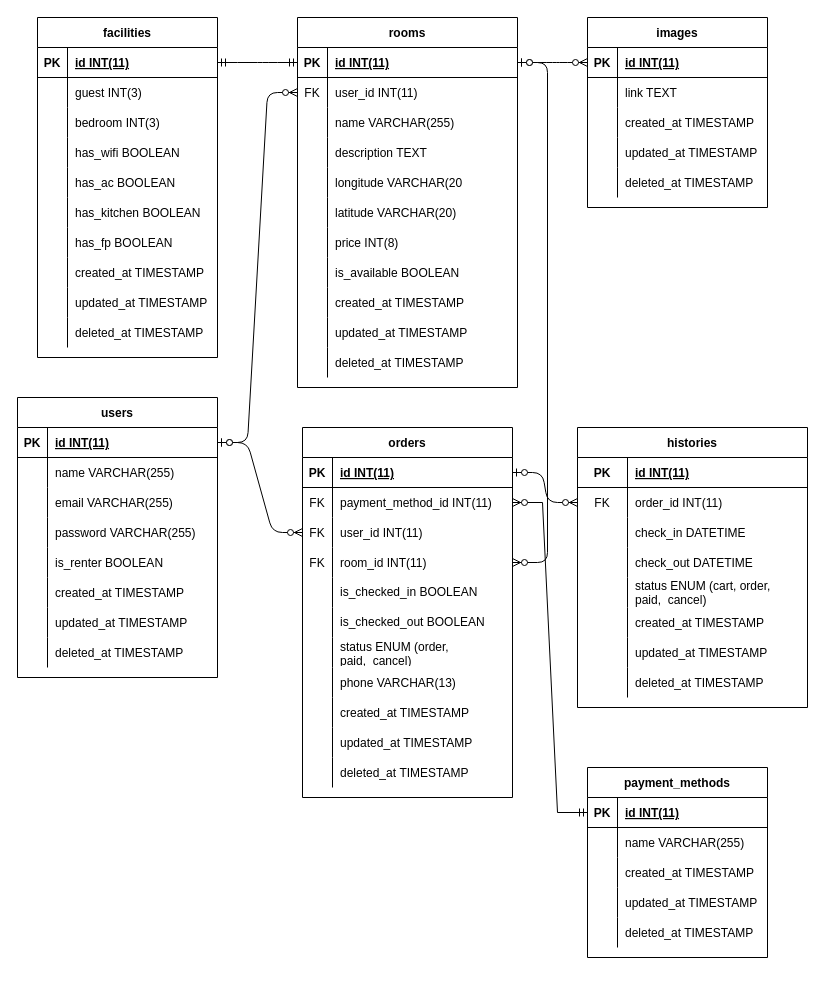
Before: ERD/erd.drawio in airbnb-group-2/BE, a draw.io diagram. Source tidied: cells renumbered, new cells numbered last; positions are measured from the earlier drawing's top-left corner, leaving out a move shared by most shapes. Both pictures are drawn from the tidied source at 100%, with x=0, y=0 at pixel (17, 17).
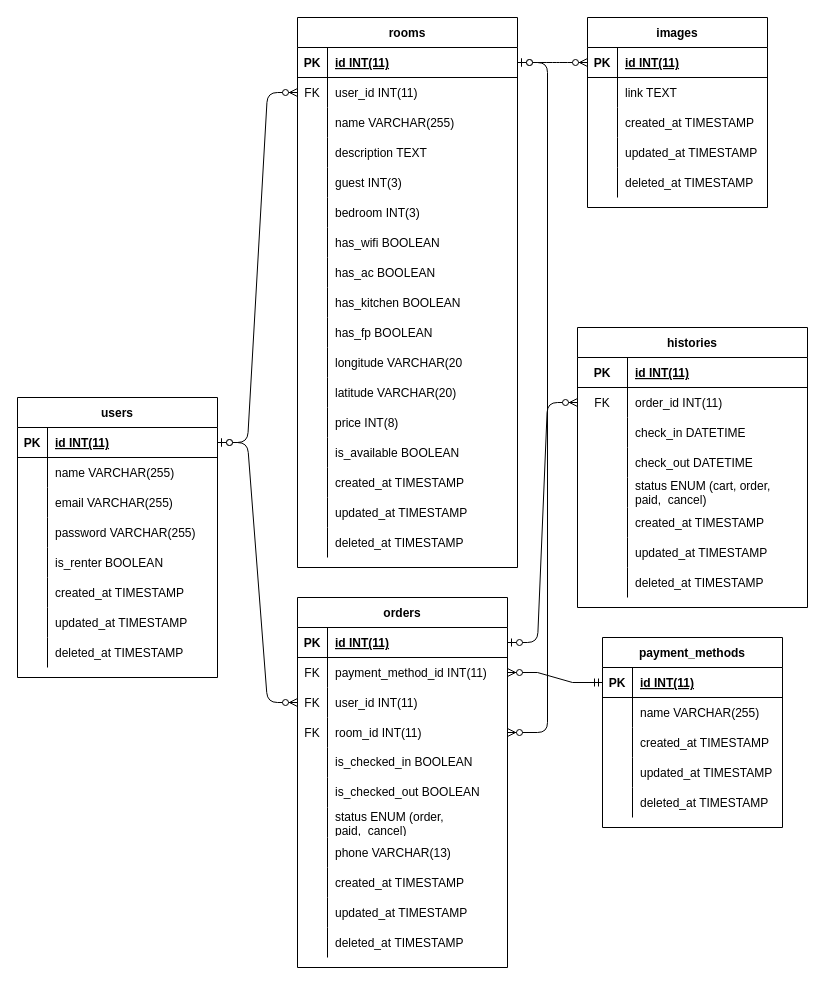
Above is the later version.

Commit message:
merge facilites to room table

The change refers to these unchanged cells:
```xml
<mxCell id="28" style="shape=tableRow;horizontal=0;startSize=0;swimlaneHead=0;swimlaneBody=0;fillColor=none;points=[[0,0.5],[1,0.5]];portConstraint=eastwest;top=0;left=0;right=0;bottom=1;" parent="27" vertex="1">
  <mxGeometry y="30" width="220" height="30" as="geometry" />
</mxCell>
```

The edit, as a diff of the source:
```diff
@@
     <mxCell id="27" value="rooms" style="shape=table;startSize=30;childLayout=tableLayout;rowLines=0;fontStyle=1;align=center;" parent="1" vertex="1">
-      <mxGeometry x="280" width="220" height="370" as="geometry" />
+      <mxGeometry x="280" width="220" height="550" as="geometry" />
     </mxCell>
@@
+    <mxCell id="190" style="shape=tableRow;horizontal=0;startSize=0;swimlaneHead=0;swimlaneBody=0;fillColor=none;top=0;left=0;right=0;bottom=0;" parent="27" vertex="1">
+      <mxGeometry y="150" width="220" height="30" as="geometry" />
+    </mxCell>
+    <mxCell id="191" style="shape=partialRectangle;fillColor=none;top=0;left=0;bottom=0;right=0;overflow=hidden;" parent="190" vertex="1">
+      <mxGeometry width="30" height="30" as="geometry" />
+    </mxCell>
+    <mxCell id="109" value="guest INT(3)" style="shape=partialRectangle;fillColor=none;top=0;left=0;bottom=0;right=0;align=left;spacingLeft=6;overflow=hidden;" parent="190" vertex="1">
+      <mxGeometry x="30" width="190" height="30" as="geometry" />
+    </mxCell>
+    <mxCell id="192" style="shape=tableRow;horizontal=0;startSize=0;swimlaneHead=0;swimlaneBody=0;fillColor=none;top=0;left=0;right=0;bottom=0;" parent="27" vertex="1">
+      <mxGeometry y="180" width="220" height="30" as="geometry" />
+    </mxCell>
+    <mxCell id="193" style="shape=partialRectangle;fillColor=none;top=0;left=0;bottom=0;right=0;overflow=hidden;" parent="192" vertex="1">
+      <mxGeometry width="30" height="30" as="geometry" />
+    </mxCell>
+    <mxCell id="112" value="bedroom INT(3)" style="shape=partialRectangle;fillColor=none;top=0;left=0;bottom=0;right=0;align=left;spacingLeft=6;overflow=hidden;" parent="192" vertex="1">
+      <mxGeometry x="30" width="190" height="30" as="geometry" />
+    </mxCell>
+    <mxCell id="194" style="shape=tableRow;horizontal=0;startSize=0;swimlaneHead=0;swimlaneBody=0;fillColor=none;top=0;left=0;right=0;bottom=0;" parent="27" vertex="1">
+      <mxGeometry y="210" width="220" height="30" as="geometry" />
+    </mxCell>
+    <mxCell id="195" style="shape=partialRectangle;fillColor=none;top=0;left=0;bottom=0;right=0;overflow=hidden;" parent="194" vertex="1">
+      <mxGeometry width="30" height="30" as="geometry" />
+    </mxCell>
+    <mxCell id="115" value="has_wifi BOOLEAN" style="shape=partialRectangle;fillColor=none;top=0;left=0;bottom=0;right=0;align=left;spacingLeft=6;overflow=hidden;" parent="194" vertex="1">
+      <mxGeometry x="30" width="190" height="30" as="geometry" />
+    </mxCell>
+    <mxCell id="196" style="shape=tableRow;horizontal=0;startSize=0;swimlaneHead=0;swimlaneBody=0;fillColor=none;top=0;left=0;right=0;bottom=0;" parent="27" vertex="1">
+      <mxGeometry y="240" width="220" height="30" as="geometry" />
+    </mxCell>
+    <mxCell id="197" style="shape=partialRectangle;fillColor=none;top=0;left=0;bottom=0;right=0;overflow=hidden;" parent="196" vertex="1">
+      <mxGeometry width="30" height="30" as="geometry" />
+    </mxCell>
+    <mxCell id="118" value="has_ac BOOLEAN" style="shape=partialRectangle;fillColor=none;top=0;left=0;bottom=0;right=0;align=left;spacingLeft=6;overflow=hidden;" parent="196" vertex="1">
+      <mxGeometry x="30" width="190" height="30" as="geometry" />
+    </mxCell>
+    <mxCell id="198" style="shape=tableRow;horizontal=0;startSize=0;swimlaneHead=0;swimlaneBody=0;fillColor=none;top=0;left=0;right=0;bottom=0;" parent="27" vertex="1">
+      <mxGeometry y="270" width="220" height="30" as="geometry" />
+    </mxCell>
+    <mxCell id="199" style="shape=partialRectangle;fillColor=none;top=0;left=0;bottom=0;right=0;overflow=hidden;" parent="198" vertex="1">
+      <mxGeometry width="30" height="30" as="geometry" />
+    </mxCell>
+    <mxCell id="121" value="has_kitchen BOOLEAN" style="shape=partialRectangle;fillColor=none;top=0;left=0;bottom=0;right=0;align=left;spacingLeft=6;overflow=hidden;" parent="198" vertex="1">
+      <mxGeometry x="30" width="190" height="30" as="geometry" />
+    </mxCell>
+    <mxCell id="200" style="shape=tableRow;horizontal=0;startSize=0;swimlaneHead=0;swimlaneBody=0;fillColor=none;top=0;left=0;right=0;bottom=0;" parent="27" vertex="1">
+      <mxGeometry y="300" width="220" height="30" as="geometry" />
+    </mxCell>
+    <mxCell id="201" style="shape=partialRectangle;fillColor=none;top=0;left=0;bottom=0;right=0;overflow=hidden;" parent="200" vertex="1">
+      <mxGeometry width="30" height="30" as="geometry" />
+    </mxCell>
+    <mxCell id="124" value="has_fp BOOLEAN" style="shape=partialRectangle;fillColor=none;top=0;left=0;bottom=0;right=0;align=left;spacingLeft=6;overflow=hidden;" parent="200" vertex="1">
+      <mxGeometry x="30" width="190" height="30" as="geometry" />
+    </mxCell>
     <mxCell id="40" style="shape=tableRow;horizontal=0;startSize=0;swimlaneHead=0;swimlaneBody=0;fillColor=none;top=0;left=0;right=0;bottom=0;" parent="27" vertex="1">
-      <mxGeometry y="150" width="220" height="30" as="geometry" />
+      <mxGeometry y="330" width="220" height="30" as="geometry" />
     </mxCell>
@@
     <mxCell id="43" style="shape=tableRow;horizontal=0;startSize=0;swimlaneHead=0;swimlaneBody=0;fillColor=none;top=0;left=0;right=0;bottom=0;" parent="27" vertex="1">
-      <mxGeometry y="180" width="220" height="30" as="geometry" />
+      <mxGeometry y="360" width="220" height="30" as="geometry" />
     </mxCell>
@@
     <mxCell id="46" style="shape=tableRow;horizontal=0;startSize=0;swimlaneHead=0;swimlaneBody=0;fillColor=none;top=0;left=0;right=0;bottom=0;" parent="27" vertex="1">
-      <mxGeometry y="210" width="220" height="30" as="geometry" />
+      <mxGeometry y="390" width="220" height="30" as="geometry" />
     </mxCell>
@@
     <mxCell id="49" style="shape=tableRow;horizontal=0;startSize=0;swimlaneHead=0;swimlaneBody=0;fillColor=none;top=0;left=0;right=0;bottom=0;" parent="27" vertex="1">
-      <mxGeometry y="240" width="220" height="30" as="geometry" />
+      <mxGeometry y="420" width="220" height="30" as="geometry" />
     </mxCell>
@@
     <mxCell id="52" style="shape=tableRow;horizontal=0;startSize=0;swimlaneHead=0;swimlaneBody=0;fillColor=none;top=0;left=0;right=0;bottom=0;" parent="27" vertex="1">
-      <mxGeometry y="270" width="220" height="30" as="geometry" />
+      <mxGeometry y="450" width="220" height="30" as="geometry" />
     </mxCell>
@@
     <mxCell id="55" style="shape=tableRow;horizontal=0;startSize=0;swimlaneHead=0;swimlaneBody=0;fillColor=none;top=0;left=0;right=0;bottom=0;" parent="27" vertex="1">
-      <mxGeometry y="300" width="220" height="30" as="geometry" />
+      <mxGeometry y="480" width="220" height="30" as="geometry" />
     </mxCell>
@@
     <mxCell id="58" style="shape=tableRow;horizontal=0;startSize=0;swimlaneHead=0;swimlaneBody=0;fillColor=none;top=0;left=0;right=0;bottom=0;" parent="27" vertex="1">
-      <mxGeometry y="330" width="220" height="30" as="geometry" />
+      <mxGeometry y="510" width="220" height="30" as="geometry" />
     </mxCell>
@@
     <mxCell id="61" value="payment_methods" style="shape=table;startSize=30;childLayout=tableLayout;rowLines=0;fontStyle=1;align=center;" parent="1" vertex="1">
-      <mxGeometry x="570" y="750" width="180" height="190" as="geometry" />
+      <mxGeometry x="585" y="620" width="180" height="190" as="geometry" />
     </mxCell>
@@
     <mxCell id="77" value="histories" style="shape=table;startSize=30;childLayout=tableLayout;rowLines=0;fontStyle=1;align=center;" parent="1" vertex="1">
-      <mxGeometry x="560" y="410" width="230" height="280" as="geometry" />
+      <mxGeometry x="560" y="310" width="230" height="280" as="geometry" />
     </mxCell>
@@
-    <mxCell id="103" value="facilities" style="shape=table;startSize=30;childLayout=tableLayout;rowLines=0;fontStyle=1;align=center;" parent="1" vertex="1">
-      <mxGeometry x="20" width="180" height="340" as="geometry" />
-    </mxCell>
-    <mxCell id="104" style="shape=tableRow;horizontal=0;startSize=0;swimlaneHead=0;swimlaneBody=0;fillColor=none;points=[[0,0.5],[1,0.5]];portConstraint=eastwest;top=0;left=0;right=0;bottom=1;" parent="103" vertex="1">
-      <mxGeometry y="30" width="180" height="30" as="geometry" />
-    </mxCell>
-    <mxCell id="105" value="PK" style="shape=partialRectangle;fillColor=none;top=0;left=0;bottom=0;right=0;fontStyle=1;overflow=hidden;" parent="104" vertex="1">
-      <mxGeometry width="30" height="30" as="geometry" />
-    </mxCell>
-    <mxCell id="106" value="id INT(11)" style="shape=partialRectangle;fillColor=none;top=0;left=0;bottom=0;right=0;align=left;spacingLeft=6;fontStyle=5;overflow=hidden;" parent="104" vertex="1">
-      <mxGeometry x="30" width="150" height="30" as="geometry" />
-    </mxCell>
-    <mxCell id="107" style="shape=tableRow;horizontal=0;startSize=0;swimlaneHead=0;swimlaneBody=0;fillColor=none;top=0;left=0;right=0;bottom=0;" parent="103" vertex="1">
-      <mxGeometry y="60" width="180" height="30" as="geometry" />
-    </mxCell>
-    <mxCell id="108" style="shape=partialRectangle;fillColor=none;top=0;left=0;bottom=0;right=0;overflow=hidden;" parent="107" vertex="1">
-      <mxGeometry width="30" height="30" as="geometry" />
-    </mxCell>
-    <mxCell id="109" value="guest INT(3)" style="shape=partialRectangle;fillColor=none;top=0;left=0;bottom=0;right=0;align=left;spacingLeft=6;overflow=hidden;" parent="107" vertex="1">
-      <mxGeometry x="30" width="150" height="30" as="geometry" />
-    </mxCell>
-    <mxCell id="110" style="shape=tableRow;horizontal=0;startSize=0;swimlaneHead=0;swimlaneBody=0;fillColor=none;top=0;left=0;right=0;bottom=0;" parent="103" vertex="1">
-      <mxGeometry y="90" width="180" height="30" as="geometry" />
-    </mxCell>
-    <mxCell id="111" style="shape=partialRectangle;fillColor=none;top=0;left=0;bottom=0;right=0;overflow=hidden;" parent="110" vertex="1">
-      <mxGeometry width="30" height="30" as="geometry" />
-    </mxCell>
-    <mxCell id="112" value="bedroom INT(3)" style="shape=partialRectangle;fillColor=none;top=0;left=0;bottom=0;right=0;align=left;spacingLeft=6;overflow=hidden;" parent="110" vertex="1">
-      <mxGeometry x="30" width="150" height="30" as="geometry" />
-    </mxCell>
-    <mxCell id="113" style="shape=tableRow;horizontal=0;startSize=0;swimlaneHead=0;swimlaneBody=0;fillColor=none;top=0;left=0;right=0;bottom=0;" parent="103" vertex="1">
-      <mxGeometry y="120" width="180" height="30" as="geometry" />
-    </mxCell>
-    <mxCell id="114" style="shape=partialRectangle;fillColor=none;top=0;left=0;bottom=0;right=0;overflow=hidden;" parent="113" vertex="1">
-      <mxGeometry width="30" height="30" as="geometry" />
-    </mxCell>
-    <mxCell id="115" value="has_wifi BOOLEAN" style="shape=partialRectangle;fillColor=none;top=0;left=0;bottom=0;right=0;align=left;spacingLeft=6;overflow=hidden;" parent="113" vertex="1">
-      <mxGeometry x="30" width="150" height="30" as="geometry" />
-    </mxCell>
-    <mxCell id="116" style="shape=tableRow;horizontal=0;startSize=0;swimlaneHead=0;swimlaneBody=0;fillColor=none;top=0;left=0;right=0;bottom=0;" parent="103" vertex="1">
-      <mxGeometry y="150" width="180" height="30" as="geometry" />
-    </mxCell>
-    <mxCell id="117" style="shape=partialRectangle;fillColor=none;top=0;left=0;bottom=0;right=0;overflow=hidden;" parent="116" vertex="1">
-      <mxGeometry width="30" height="30" as="geometry" />
-    </mxCell>
-    <mxCell id="118" value="has_ac BOOLEAN" style="shape=partialRectangle;fillColor=none;top=0;left=0;bottom=0;right=0;align=left;spacingLeft=6;overflow=hidden;" parent="116" vertex="1">
-      <mxGeometry x="30" width="150" height="30" as="geometry" />
-    </mxCell>
-    <mxCell id="119" style="shape=tableRow;horizontal=0;startSize=0;swimlaneHead=0;swimlaneBody=0;fillColor=none;top=0;left=0;right=0;bottom=0;" parent="103" vertex="1">
-      <mxGeometry y="180" width="180" height="30" as="geometry" />
-    </mxCell>
-    <mxCell id="120" style="shape=partialRectangle;fillColor=none;top=0;left=0;bottom=0;right=0;overflow=hidden;" parent="119" vertex="1">
-      <mxGeometry width="30" height="30" as="geometry" />
-    </mxCell>
-    <mxCell id="121" value="has_kitchen BOOLEAN" style="shape=partialRectangle;fillColor=none;top=0;left=0;bottom=0;right=0;align=left;spacingLeft=6;overflow=hidden;" parent="119" vertex="1">
-      <mxGeometry x="30" width="150" height="30" as="geometry" />
-    </mxCell>
-    <mxCell id="122" style="shape=tableRow;horizontal=0;startSize=0;swimlaneHead=0;swimlaneBody=0;fillColor=none;top=0;left=0;right=0;bottom=0;" parent="103" vertex="1">
-      <mxGeometry y="210" width="180" height="30" as="geometry" />
-    </mxCell>
-    <mxCell id="123" style="shape=partialRectangle;fillColor=none;top=0;left=0;bottom=0;right=0;overflow=hidden;" parent="122" vertex="1">
-      <mxGeometry width="30" height="30" as="geometry" />
-    </mxCell>
-    <mxCell id="124" value="has_fp BOOLEAN" style="shape=partialRectangle;fillColor=none;top=0;left=0;bottom=0;right=0;align=left;spacingLeft=6;overflow=hidden;" parent="122" vertex="1">
-      <mxGeometry x="30" width="150" height="30" as="geometry" />
-    </mxCell>
-    <mxCell id="125" style="shape=tableRow;horizontal=0;startSize=0;swimlaneHead=0;swimlaneBody=0;fillColor=none;top=0;left=0;right=0;bottom=0;" parent="103" vertex="1">
-      <mxGeometry y="240" width="180" height="30" as="geometry" />
-    </mxCell>
-    <mxCell id="126" style="shape=partialRectangle;fillColor=none;top=0;left=0;bottom=0;right=0;overflow=hidden;" parent="125" vertex="1">
-      <mxGeometry width="30" height="30" as="geometry" />
-    </mxCell>
-    <mxCell id="127" value="created_at TIMESTAMP" style="shape=partialRectangle;fillColor=none;top=0;left=0;bottom=0;right=0;align=left;spacingLeft=6;overflow=hidden;" parent="125" vertex="1">
-      <mxGeometry x="30" width="150" height="30" as="geometry" />
-    </mxCell>
-    <mxCell id="128" style="shape=tableRow;horizontal=0;startSize=0;swimlaneHead=0;swimlaneBody=0;fillColor=none;top=0;left=0;right=0;bottom=0;" parent="103" vertex="1">
-      <mxGeometry y="270" width="180" height="30" as="geometry" />
-    </mxCell>
-    <mxCell id="129" style="shape=partialRectangle;fillColor=none;top=0;left=0;bottom=0;right=0;overflow=hidden;" parent="128" vertex="1">
-      <mxGeometry width="30" height="30" as="geometry" />
-    </mxCell>
-    <mxCell id="130" value="updated_at TIMESTAMP" style="shape=partialRectangle;fillColor=none;top=0;left=0;bottom=0;right=0;align=left;spacingLeft=6;overflow=hidden;" parent="128" vertex="1">
-      <mxGeometry x="30" width="150" height="30" as="geometry" />
-    </mxCell>
-    <mxCell id="131" style="shape=tableRow;horizontal=0;startSize=0;swimlaneHead=0;swimlaneBody=0;fillColor=none;top=0;left=0;right=0;bottom=0;" parent="103" vertex="1">
-      <mxGeometry y="300" width="180" height="30" as="geometry" />
-    </mxCell>
-    <mxCell id="132" style="shape=partialRectangle;fillColor=none;top=0;left=0;bottom=0;right=0;overflow=hidden;" parent="131" vertex="1">
-      <mxGeometry width="30" height="30" as="geometry" />
-    </mxCell>
-    <mxCell id="133" value="deleted_at TIMESTAMP" style="shape=partialRectangle;fillColor=none;top=0;left=0;bottom=0;right=0;align=left;spacingLeft=6;overflow=hidden;" parent="131" vertex="1">
-      <mxGeometry x="30" width="150" height="30" as="geometry" />
-    </mxCell>
     <mxCell id="134" value="orders" style="shape=table;startSize=30;childLayout=tableLayout;rowLines=0;fontStyle=1;align=center;" parent="1" vertex="1">
-      <mxGeometry x="285" y="410" width="210" height="370" as="geometry" />
+      <mxGeometry x="280" y="580" width="210" height="370" as="geometry" />
     </mxCell>
@@
-    <mxCell id="168" style="edgeStyle=entityRelationEdgeStyle;fontSize=12;html=1;endArrow=ERmandOne;startArrow=ERmandOne;entryX=0;entryY=0.5;entryDx=0;entryDy=0;" parent="1" edge="1" source="104" target="28">
-      <mxGeometry relative="1" as="geometry" />
-    </mxCell>
```
